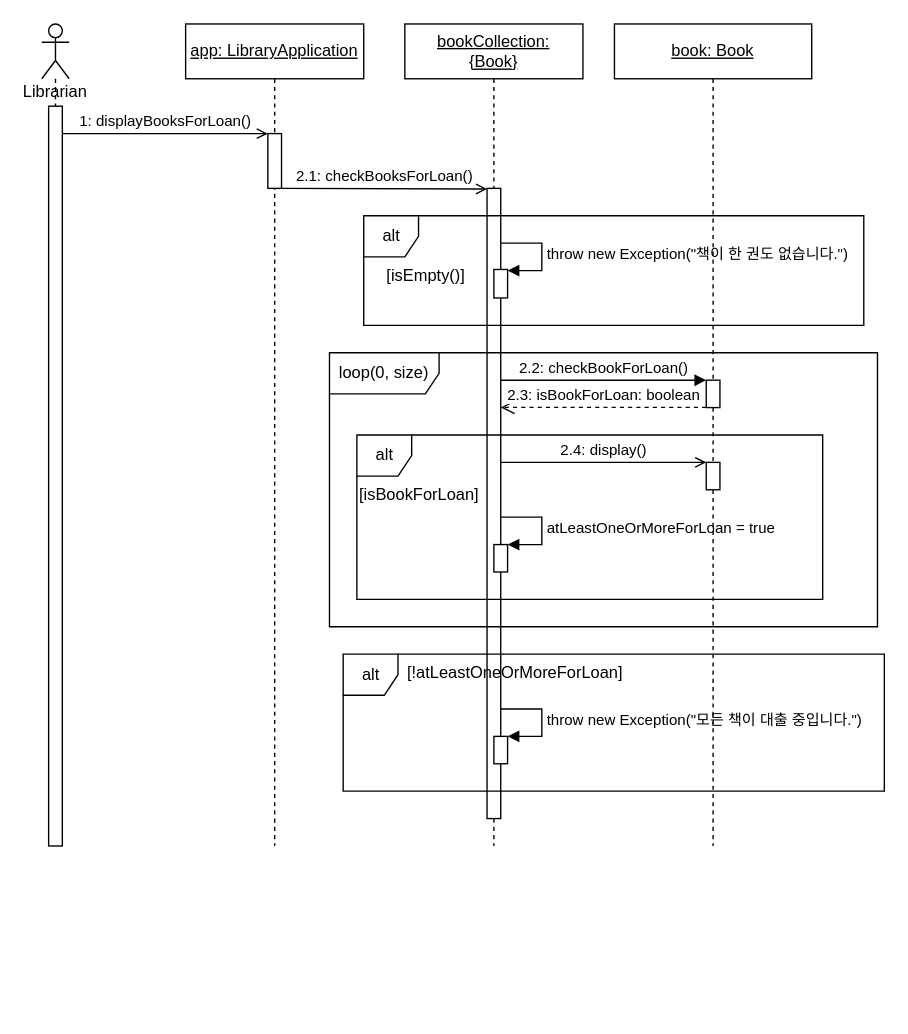
Halozhan/2023-2-LibraryApplication keeps this draw.io diagram as UML/SD3 Display books for loan.drawio. Above is the earlier version. Source tidied: cells renumbered, new cells numbered last; positions are measured from the earlier drawing's top-left corner, leaving out a move shared by most shapes. Both pictures are drawn from the tidied source at 137%, with x=0, y=0 at pixel (41, 23).
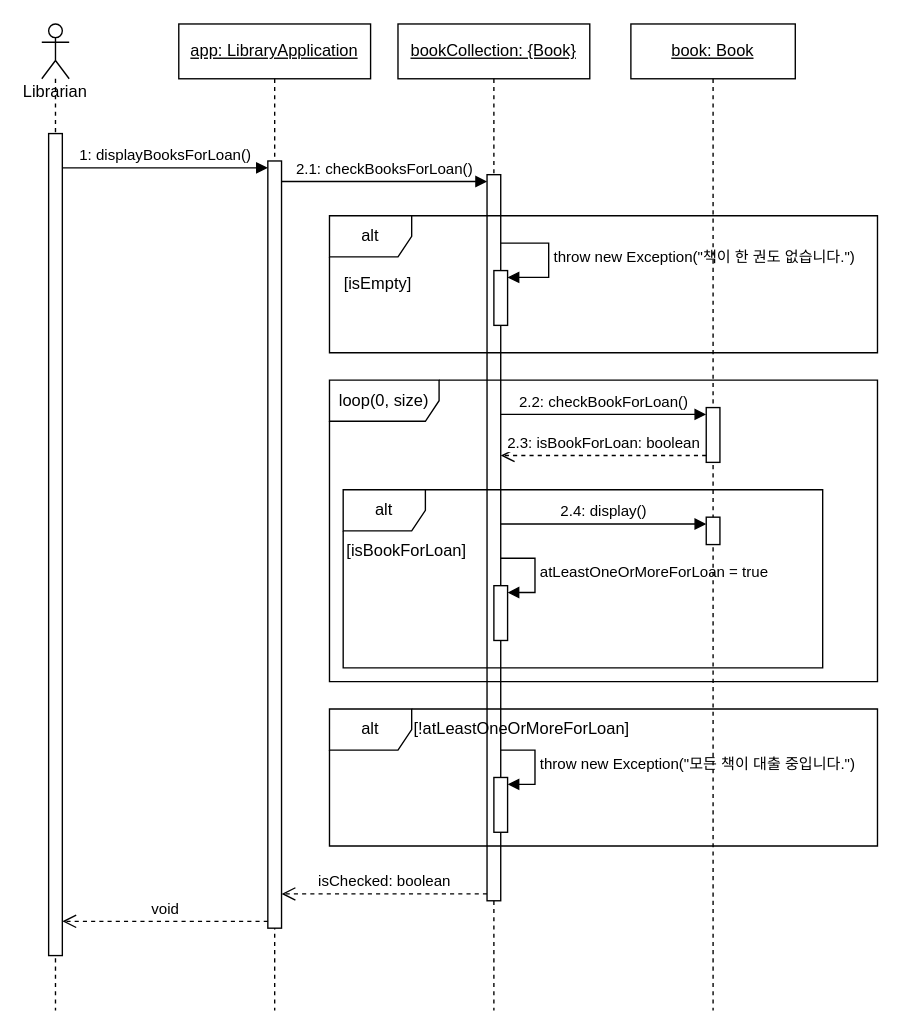
The same page after the edit.

Change to the diagram source:
```diff
@@
-    <mxCell id="2" value="Librarian&lt;br&gt;" style="shape=umlLifeline;participant=umlActor;perimeter=lifelinePerimeter;whiteSpace=wrap;html=1;verticalAlign=top;spacingTop=36;outlineConnect=0;" parent="1" vertex="1">
-      <mxGeometry width="20" height="600" as="geometry" />
+    <mxCell id="2" value="Librarian" style="shape=umlLifeline;perimeter=lifelinePerimeter;whiteSpace=wrap;html=1;outlineConnect=0;portConstraint=eastwest;newEdgeStyle={&quot;curved&quot;:0,&quot;rounded&quot;:0};participant=umlActor;verticalAlign=top;spacingTop=36;" parent="1" vertex="1">
+      <mxGeometry width="20" height="720" as="geometry" />
     </mxCell>
-    <mxCell id="3" style="edgeStyle=none;html=1;" parent="2" edge="1" source="4" target="2">
-      <mxGeometry relative="1" as="geometry" />
-    </mxCell>
-    <mxCell id="4" style="html=1;points=[];perimeter=orthogonalPerimeter;" parent="2" vertex="1">
-      <mxGeometry x="5" y="60" width="10" height="540" as="geometry" />
-    </mxCell>
+    <mxCell id="30" style="html=1;points=[[0,0,0,0,5],[0,1,0,0,-5],[1,0,0,0,5],[1,1,0,0,-5]];perimeter=orthogonalPerimeter;outlineConnect=0;targetShapes=umlLifeline;portConstraint=eastwest;newEdgeStyle={&quot;curved&quot;:0,&quot;rounded&quot;:0};" parent="2" vertex="1">
+      <mxGeometry x="5" y="80" width="10" height="600" as="geometry" />
+    </mxCell>
-    <mxCell id="5" value="&lt;u&gt;app: LibraryApplication&lt;/u&gt;" style="shape=umlLifeline;perimeter=lifelinePerimeter;whiteSpace=wrap;html=1;" parent="1" vertex="1">
-      <mxGeometry x="105" width="130" height="600" as="geometry" />
+    <mxCell id="5" value="&lt;u style=&quot;border-color: var(--border-color);&quot;&gt;app: LibraryApplication&lt;/u&gt;" style="shape=umlLifeline;perimeter=lifelinePerimeter;whiteSpace=wrap;html=1;newEdgeStyle={&quot;curved&quot;:0,&quot;rounded&quot;:0};" parent="1" vertex="1">
+      <mxGeometry x="100" width="140" height="720" as="geometry" />
     </mxCell>
-    <mxCell id="6" style="html=1;points=[];perimeter=orthogonalPerimeter;" parent="5" vertex="1">
-      <mxGeometry x="60" y="80" width="10" height="40" as="geometry" />
-    </mxCell>
+    <mxCell id="31" style="html=1;points=[[0,0,0,0,5],[0,1,0,0,-5],[1,0,0,0,5],[1,1,0,0,-5]];perimeter=orthogonalPerimeter;outlineConnect=0;targetShapes=umlLifeline;portConstraint=eastwest;newEdgeStyle={&quot;curved&quot;:0,&quot;rounded&quot;:0};" parent="5" vertex="1">
+      <mxGeometry x="65" y="100" width="10" height="560" as="geometry" />
+    </mxCell>
+    <mxCell id="18" value="&lt;div style=&quot;border-color: var(--border-color);&quot;&gt;1: displayBooksForLoan()&lt;br&gt;&lt;/div&gt;" style="html=1;verticalAlign=bottom;endArrow=block;curved=0;rounded=0;entryX=0;entryY=0;entryDx=0;entryDy=5;" parent="1" edge="1" source="30" target="31">
+      <mxGeometry relative="1" as="geometry" />
+    </mxCell>
+    <mxCell id="32" value="void" style="html=1;verticalAlign=bottom;endArrow=open;dashed=1;endSize=8;curved=0;rounded=0;exitX=0;exitY=1;exitDx=0;exitDy=-5;exitPerimeter=0;" parent="1" edge="1" source="31" target="30">
+      <mxGeometry relative="1" as="geometry" />
+    </mxCell>
-    <mxCell id="7" value="&lt;u&gt;bookCollection:&lt;br&gt;{Book}&lt;/u&gt;" style="shape=umlLifeline;perimeter=lifelinePerimeter;whiteSpace=wrap;html=1;" parent="1" vertex="1">
-      <mxGeometry x="265" width="130" height="600" as="geometry" />
+    <mxCell id="7" value="&lt;u style=&quot;border-color: var(--border-color);&quot;&gt;bookCollection: {Book}&lt;/u&gt;" style="shape=umlLifeline;perimeter=lifelinePerimeter;whiteSpace=wrap;html=1;newEdgeStyle={&quot;curved&quot;:0,&quot;rounded&quot;:0};" parent="1" vertex="1">
+      <mxGeometry x="260" width="140" height="720" as="geometry" />
     </mxCell>
-    <mxCell id="8" style="html=1;points=[];perimeter=orthogonalPerimeter;" parent="7" vertex="1">
-      <mxGeometry x="60" y="120" width="10" height="460" as="geometry" />
-    </mxCell>
-    <mxCell id="9" style="html=1;points=[[0,0,0,0,5],[0,1,0,0,-5],[1,0,0,0,5],[1,1,0,0,-5]];perimeter=orthogonalPerimeter;outlineConnect=0;targetShapes=umlLifeline;portConstraint=eastwest;newEdgeStyle={&quot;curved&quot;:0,&quot;rounded&quot;:0};" parent="7" vertex="1">
-      <mxGeometry x="65" y="179.2" width="10" height="20.8" as="geometry" />
-    </mxCell>
+    <mxCell id="33" style="html=1;points=[[0,0,0,0,5],[0,1,0,0,-5],[1,0,0,0,5],[1,1,0,0,-5]];perimeter=orthogonalPerimeter;outlineConnect=0;targetShapes=umlLifeline;portConstraint=eastwest;newEdgeStyle={&quot;curved&quot;:0,&quot;rounded&quot;:0};" parent="7" vertex="1">
+      <mxGeometry x="65" y="110" width="10" height="530" as="geometry" />
+    </mxCell>
+    <mxCell id="34" style="html=1;points=[[0,0,0,0,5],[0,1,0,0,-5],[1,0,0,0,5],[1,1,0,0,-5]];perimeter=orthogonalPerimeter;outlineConnect=0;targetShapes=umlLifeline;portConstraint=eastwest;newEdgeStyle={&quot;curved&quot;:0,&quot;rounded&quot;:0};" parent="7" vertex="1">
+      <mxGeometry x="70" y="180" width="10" height="40" as="geometry" />
+    </mxCell>
-    <mxCell id="10" value="throw new Exception(&quot;책이 한 권도 없습니다.&quot;)" style="html=1;align=left;spacingLeft=2;endArrow=block;rounded=0;edgeStyle=orthogonalEdgeStyle;curved=0;rounded=0;" parent="7" edge="1" source="8" target="9">
+    <mxCell id="10" value="throw new Exception(&quot;책이 한 권도 없습니다.&quot;)" style="html=1;align=left;spacingLeft=2;endArrow=block;rounded=0;edgeStyle=orthogonalEdgeStyle;curved=0;rounded=0;entryX=1;entryY=0;entryDx=0;entryDy=5;entryPerimeter=0;" parent="7" edge="1" target="34">
       <mxGeometry relative="1" as="geometry">
+        <mxPoint x="75" y="160" as="sourcePoint" />
         <Array as="points">
-          <mxPoint x="100" y="160" />
-          <mxPoint x="100" y="180" />
+          <mxPoint x="110" y="160" />
+          <mxPoint x="110" y="185" />
         </Array>
       </mxGeometry>
     </mxCell>
-    <mxCell id="11" style="html=1;points=[[0,0,0,0,5],[0,1,0,0,-5],[1,0,0,0,5],[1,1,0,0,-5]];perimeter=orthogonalPerimeter;outlineConnect=0;targetShapes=umlLifeline;portConstraint=eastwest;newEdgeStyle={&quot;curved&quot;:0,&quot;rounded&quot;:0};" parent="7" vertex="1">
-      <mxGeometry x="65" y="380" width="10" height="20" as="geometry" />
-    </mxCell>
+    <mxCell id="35" style="html=1;points=[[0,0,0,0,5],[0,1,0,0,-5],[1,0,0,0,5],[1,1,0,0,-5]];perimeter=orthogonalPerimeter;outlineConnect=0;targetShapes=umlLifeline;portConstraint=eastwest;newEdgeStyle={&quot;curved&quot;:0,&quot;rounded&quot;:0};" parent="7" vertex="1">
+      <mxGeometry x="70" y="410" width="10" height="40" as="geometry" />
+    </mxCell>
-    <mxCell id="12" value="atLeastOneOrMoreForLoan = true" style="html=1;align=left;spacingLeft=2;endArrow=block;rounded=0;edgeStyle=orthogonalEdgeStyle;curved=0;rounded=0;" parent="7" edge="1" target="11">
+    <mxCell id="12" value="atLeastOneOrMoreForLoan = true" style="html=1;align=left;spacingLeft=2;endArrow=block;rounded=0;edgeStyle=orthogonalEdgeStyle;curved=0;rounded=0;entryX=1;entryY=0;entryDx=0;entryDy=5;entryPerimeter=0;" parent="7" edge="1" target="35">
       <mxGeometry relative="1" as="geometry">
-        <mxPoint x="70" y="360" as="sourcePoint" />
+        <mxPoint x="75" y="390" as="sourcePoint" />
         <Array as="points">
-          <mxPoint x="100" y="360" />
-          <mxPoint x="100" y="380" />
+          <mxPoint x="100" y="390" />
+          <mxPoint x="100" y="415" />
         </Array>
       </mxGeometry>
     </mxCell>
-    <mxCell id="13" style="html=1;points=[[0,0,0,0,5],[0,1,0,0,-5],[1,0,0,0,5],[1,1,0,0,-5]];perimeter=orthogonalPerimeter;outlineConnect=0;targetShapes=umlLifeline;portConstraint=eastwest;newEdgeStyle={&quot;curved&quot;:0,&quot;rounded&quot;:0};" parent="7" vertex="1">
-      <mxGeometry x="65" y="520" width="10" height="20" as="geometry" />
-    </mxCell>
+    <mxCell id="36" style="html=1;points=[[0,0,0,0,5],[0,1,0,0,-5],[1,0,0,0,5],[1,1,0,0,-5]];perimeter=orthogonalPerimeter;outlineConnect=0;targetShapes=umlLifeline;portConstraint=eastwest;newEdgeStyle={&quot;curved&quot;:0,&quot;rounded&quot;:0};" parent="7" vertex="1">
+      <mxGeometry x="70" y="550" width="10" height="40" as="geometry" />
+    </mxCell>
-    <mxCell id="14" value="throw new Exception(&quot;모든 책이 대출 중입니다.&quot;)" style="html=1;align=left;spacingLeft=2;endArrow=block;rounded=0;edgeStyle=orthogonalEdgeStyle;curved=0;rounded=0;" parent="7" edge="1" target="13">
-      <mxGeometry relative="1" as="geometry">
-        <mxPoint x="70" y="500" as="sourcePoint" />
+    <mxCell id="14" value="throw new Exception(&quot;모든 책이 대출 중입니다.&quot;)" style="html=1;align=left;spacingLeft=2;endArrow=block;rounded=0;edgeStyle=orthogonalEdgeStyle;curved=0;rounded=0;entryX=1;entryY=0;entryDx=0;entryDy=5;entryPerimeter=0;" parent="7" edge="1" target="36">
+      <mxGeometry x="0.01" relative="1" as="geometry">
+        <mxPoint x="75" y="530" as="sourcePoint" />
         <Array as="points">
-          <mxPoint x="100" y="500" />
-          <mxPoint x="100" y="520" />
+          <mxPoint x="100" y="530" />
+          <mxPoint x="100" y="555" />
         </Array>
       </mxGeometry>
     </mxCell>
-    <mxCell id="15" value="&lt;u style=&quot;&quot;&gt;book: Book&lt;/u&gt;" style="shape=umlLifeline;perimeter=lifelinePerimeter;whiteSpace=wrap;html=1;" parent="1" vertex="1">
-      <mxGeometry x="418" width="144" height="600" as="geometry" />
+    <mxCell id="15" value="&lt;u style=&quot;border-color: var(--border-color);&quot;&gt;book: Book&lt;/u&gt;" style="shape=umlLifeline;perimeter=lifelinePerimeter;whiteSpace=wrap;html=1;newEdgeStyle={&quot;curved&quot;:0,&quot;rounded&quot;:0};" parent="1" vertex="1">
+      <mxGeometry x="430" width="120" height="720" as="geometry" />
     </mxCell>
-    <mxCell id="16" style="html=1;points=[];perimeter=orthogonalPerimeter;" parent="15" vertex="1">
-      <mxGeometry x="67" y="260" width="10" height="20" as="geometry" />
-    </mxCell>
-    <mxCell id="17" style="html=1;points=[];perimeter=orthogonalPerimeter;" parent="15" vertex="1">
-      <mxGeometry x="67" y="320" width="10" height="20" as="geometry" />
-    </mxCell>
-    <mxCell id="18" value="1: displayBooksForLoan()" style="html=1;verticalAlign=bottom;labelBackgroundColor=none;endArrow=open;endFill=0;elbow=vertical;entryX=0.001;entryY=0.001;entryDx=0;entryDy=0;entryPerimeter=0;" parent="1" edge="1" source="4" target="6">
-      <mxGeometry relative="1" as="geometry" />
-    </mxCell>
+    <mxCell id="37" style="html=1;points=[[0,0,0,0,5],[0,1,0,0,-5],[1,0,0,0,5],[1,1,0,0,-5]];perimeter=orthogonalPerimeter;outlineConnect=0;targetShapes=umlLifeline;portConstraint=eastwest;newEdgeStyle={&quot;curved&quot;:0,&quot;rounded&quot;:0};" parent="15" vertex="1">
+      <mxGeometry x="55" y="280" width="10" height="40" as="geometry" />
+    </mxCell>
+    <mxCell id="38" style="html=1;points=[[0,0,0,0,5],[0,1,0,0,-5],[1,0,0,0,5],[1,1,0,0,-5]];perimeter=orthogonalPerimeter;outlineConnect=0;targetShapes=umlLifeline;portConstraint=eastwest;newEdgeStyle={&quot;curved&quot;:0,&quot;rounded&quot;:0};" parent="15" vertex="1">
+      <mxGeometry x="55" y="360" width="10" height="20" as="geometry" />
+    </mxCell>
+    <mxCell id="39" value="isChecked: boolean" style="html=1;verticalAlign=bottom;endArrow=open;dashed=1;endSize=8;curved=0;rounded=0;exitX=0;exitY=1;exitDx=0;exitDy=-5;" parent="1" edge="1" source="33" target="31">
+      <mxGeometry relative="1" as="geometry" />
+    </mxCell>
-    <mxCell id="19" value="2.1: checkBooksForLoan()" style="html=1;verticalAlign=bottom;labelBackgroundColor=none;endArrow=open;endFill=0;elbow=vertical;entryX=0.001;entryY=0.001;entryDx=0;entryDy=0;entryPerimeter=0;" parent="1" edge="1" source="6" target="8">
+    <mxCell id="19" value="2.1: checkBooksForLoan()" style="html=1;verticalAlign=bottom;endArrow=block;curved=0;rounded=0;entryX=0;entryY=0;entryDx=0;entryDy=5;" parent="1" edge="1" source="31" target="33">
       <mxGeometry relative="1" as="geometry" />
     </mxCell>
+    <mxCell id="40" style="group;" parent="1" vertex="1">
+      <mxGeometry x="210" y="140" width="400" height="100" as="geometry" />
+    </mxCell>
+    <mxCell id="41" value="alt" style="shape=umlFrame;whiteSpace=wrap;html=1;" parent="40" vertex="1">
+      <mxGeometry width="400" height="100" as="geometry" />
+    </mxCell>
+    <mxCell id="42" value="[isEmpty]" style="text;html=1;align=center;verticalAlign=middle;strokeColor=none;fillColor=none;" parent="40" vertex="1">
+      <mxGeometry y="35" width="70" height="30" as="geometry" />
+    </mxCell>
+    <mxCell id="43" style="group;" parent="1" vertex="1">
+      <mxGeometry x="210" y="260" width="400" height="220" as="geometry" />
+    </mxCell>
+    <mxCell id="27" value="loop(0, size)" style="shape=umlFrame;whiteSpace=wrap;html=1;width=80;height=30;" parent="43" vertex="1">
+      <mxGeometry width="400" height="220" as="geometry" />
+    </mxCell>
+    <mxCell id="22" value="2.2: checkBookForLoan()" style="html=1;verticalAlign=bottom;endArrow=block;curved=0;rounded=0;entryX=0;entryY=0;entryDx=0;entryDy=5;" parent="1" edge="1" source="33" target="37">
+      <mxGeometry relative="1" as="geometry" />
+    </mxCell>
-    <mxCell id="20" value="2.3: isBookForLoan: boolean" style="html=1;verticalAlign=bottom;endArrow=open;dashed=1;endSize=8;exitX=-0.002;exitY=0.995;exitDx=0;exitDy=0;exitPerimeter=0;" parent="1" edge="1" source="16" target="8">
+    <mxCell id="20" value="2.3: isBookForLoan: boolean" style="html=1;verticalAlign=bottom;endArrow=open;dashed=1;endSize=8;curved=0;rounded=0;exitX=0;exitY=1;exitDx=0;exitDy=-5;" parent="1" edge="1" source="37" target="33">
       <mxGeometry relative="1" as="geometry" />
     </mxCell>
+    <mxCell id="44" style="group;" parent="1" vertex="1">
+      <mxGeometry x="220" y="340" width="350" height="130" as="geometry" />
+    </mxCell>
+    <mxCell id="45" value="alt" style="shape=umlFrame;whiteSpace=wrap;html=1;" parent="44" vertex="1">
+      <mxGeometry width="350" height="130" as="geometry" />
+    </mxCell>
+    <mxCell id="29" value="[isBookForLoan]" style="text;html=1;align=center;verticalAlign=middle;strokeColor=none;fillColor=none;" parent="44" vertex="1">
+      <mxGeometry x="-8.8" y="30" width="110" height="30" as="geometry" />
+    </mxCell>
-    <mxCell id="21" value="2.4: display()" style="html=1;verticalAlign=bottom;labelBackgroundColor=none;endArrow=open;endFill=0;entryX=0.003;entryY=-0.001;entryDx=0;entryDy=0;entryPerimeter=0;" parent="1" edge="1" source="8" target="17">
+    <mxCell id="21" value="2.4: display()" style="html=1;verticalAlign=bottom;startArrow=none;endArrow=block;startSize=8;curved=0;rounded=0;entryX=0;entryY=0;entryDx=0;entryDy=5;startFill=0;" parent="1" edge="1" source="33" target="38">
       <mxGeometry relative="1" as="geometry" />
     </mxCell>
-    <mxCell id="22" value="2.2: checkBookForLoan()" style="html=1;verticalAlign=bottom;endArrow=block;entryX=-0.002;entryY=0.003;entryDx=0;entryDy=0;entryPerimeter=0;" parent="1" edge="1" source="8" target="16">
-      <mxGeometry relative="1" as="geometry" />
-    </mxCell>
-    <mxCell id="23" value="alt" style="shape=umlFrame;tabWidth=110;tabHeight=30;tabPosition=left;html=1;boundedLbl=1;labelInHeader=1;width=40;height=30;" parent="1" vertex="1">
-      <mxGeometry x="220" y="460" width="395" height="100" as="geometry" />
-    </mxCell>
+    <mxCell id="46" style="group;" parent="1" vertex="1">
+      <mxGeometry x="210" y="500" width="400" height="100" as="geometry" />
+    </mxCell>
+    <mxCell id="47" value="alt" style="shape=umlFrame;whiteSpace=wrap;html=1;" parent="46" vertex="1">
+      <mxGeometry width="400" height="100" as="geometry" />
+    </mxCell>
-    <mxCell id="24" value="[!atLeastOneOrMoreForLoan]" style="text;" parent="23" vertex="1">
-      <mxGeometry width="100" height="20" relative="1" as="geometry">
-        <mxPoint x="45" as="offset" />
-      </mxGeometry>
+    <mxCell id="24" value="[!atLeastOneOrMoreForLoan]" style="text;html=1;align=center;verticalAlign=middle;strokeColor=none;fillColor=none;" parent="46" vertex="1">
+      <mxGeometry x="50" width="180" height="30" as="geometry" />
     </mxCell>
-    <mxCell id="25" value="alt" style="shape=umlFrame;tabWidth=110;tabHeight=30;tabPosition=left;html=1;boundedLbl=1;labelInHeader=1;width=40;height=30;" parent="1" vertex="1">
-      <mxGeometry x="235" y="140" width="365" height="80" as="geometry" />
-    </mxCell>
-    <mxCell id="26" value="[isEmpty()]" style="text;" parent="25" vertex="1">
-      <mxGeometry width="100" height="20" relative="1" as="geometry">
-        <mxPoint x="15" y="30" as="offset" />
-      </mxGeometry>
-    </mxCell>
-    <mxCell id="27" value="loop(0, size)" style="shape=umlFrame;whiteSpace=wrap;html=1;width=80;height=30;" parent="1" vertex="1">
-      <mxGeometry x="210" y="240" width="400" height="200" as="geometry" />
-    </mxCell>
-    <mxCell id="28" value="alt" style="shape=umlFrame;tabWidth=110;tabHeight=30;tabPosition=left;html=1;boundedLbl=1;labelInHeader=1;width=40;height=30;" parent="1" vertex="1">
-      <mxGeometry x="230" y="300" width="340" height="120" as="geometry" />
-    </mxCell>
-    <mxCell id="29" value="[isBookForLoan]" style="text;" parent="28" vertex="1">
-      <mxGeometry width="100" height="20" relative="1" as="geometry">
-        <mxPoint y="30" as="offset" />
-      </mxGeometry>
-    </mxCell>
```
